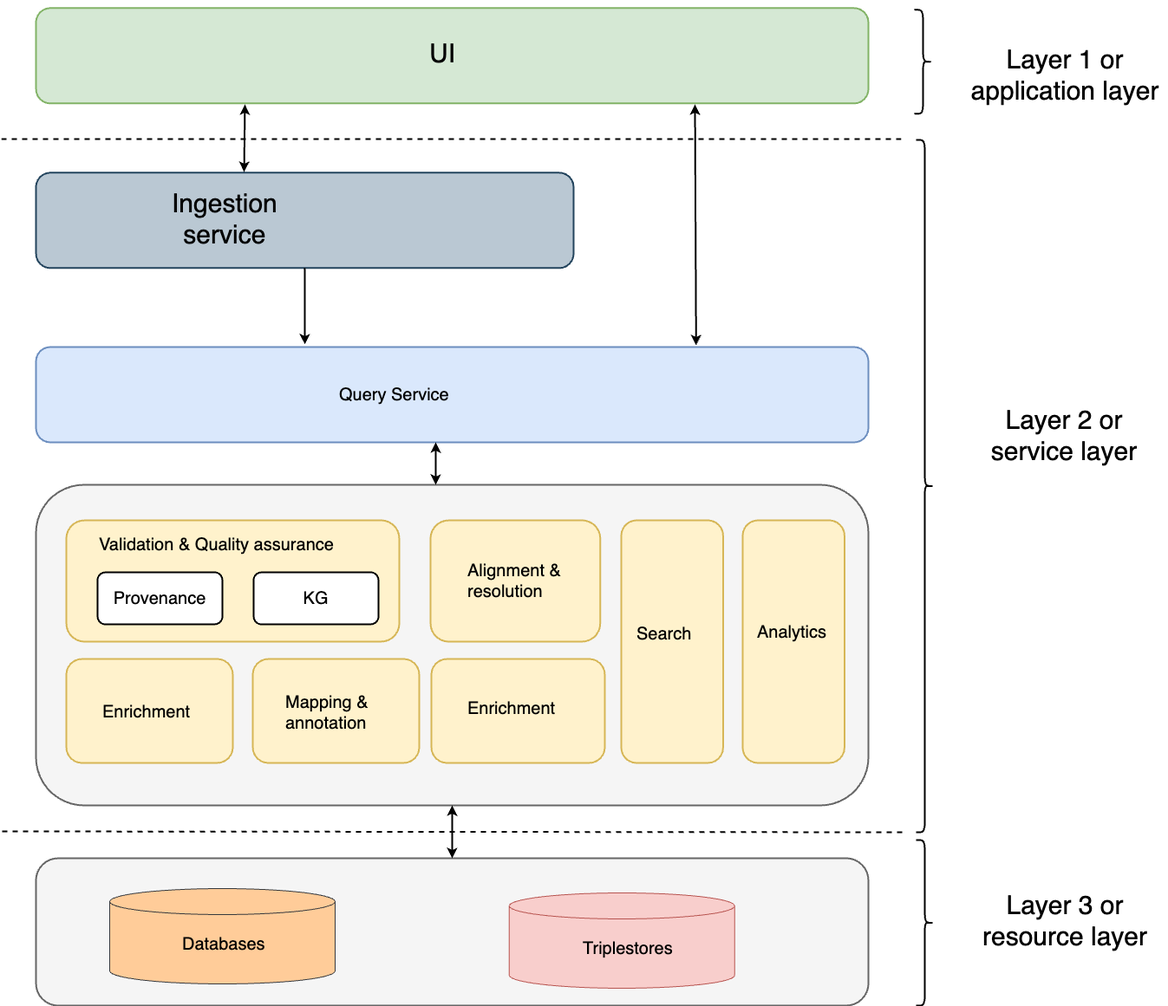
Before: docs/images/brainkb-arch.png, a diagram exported from draw.io (sensein/brainkbdocs). Source tidied: cells renumbered, new cells last; positions are measured from the earlier drawing's top-left corner, leaving out a move shared by most shapes.
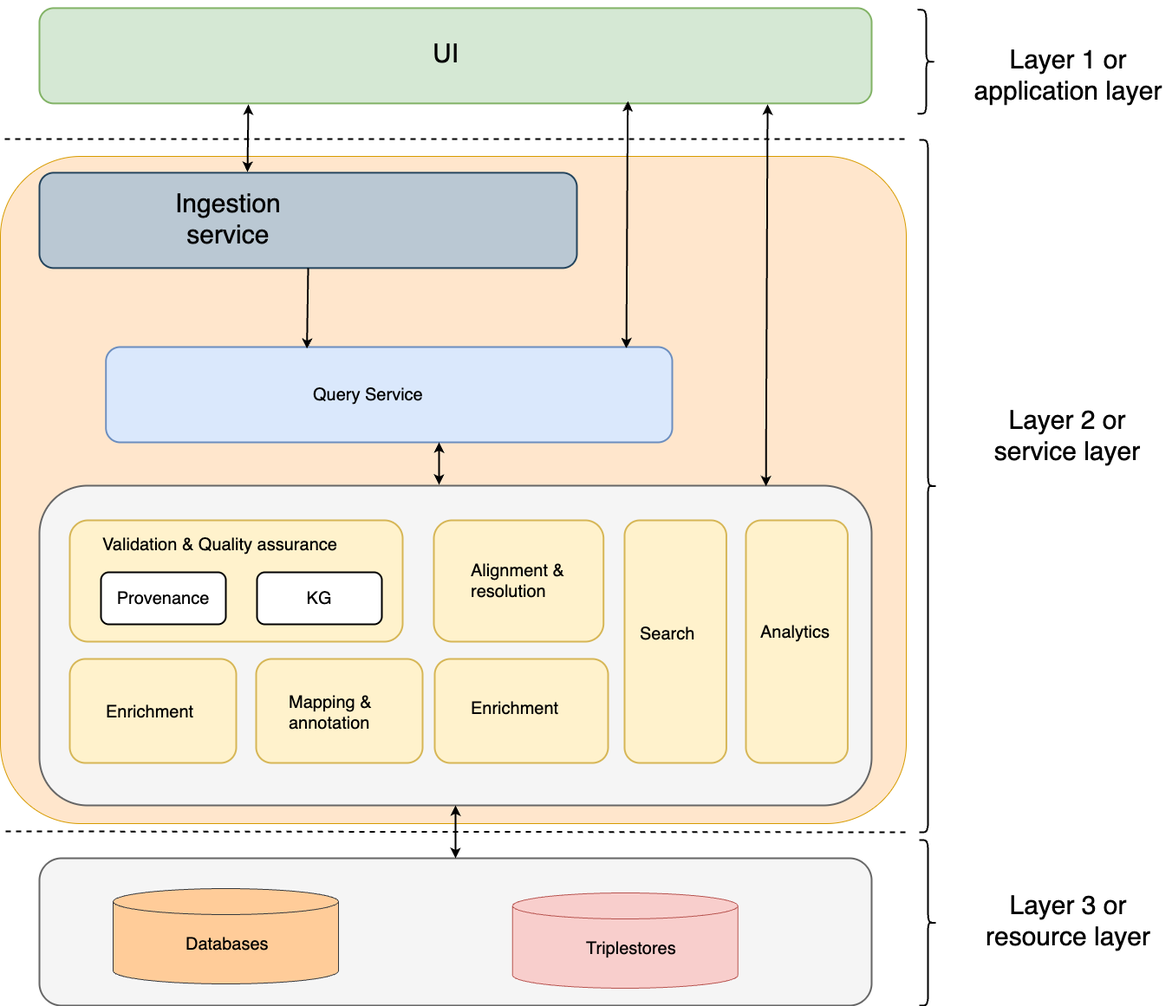
Later version of the same file.

The edit, as a diff of the source:
```diff
@@ -2,17 +2,20 @@
   <root>
     <mxCell id="0" />
     <mxCell id="1" parent="0" />
+    <mxCell id="56" style="rounded=1;whiteSpace=wrap;html=1;arcSize=12;fillColor=#ffe6cc;strokeColor=#d79b00;" parent="1" vertex="1">
+      <mxGeometry x="-5" y="180" width="1045" height="770" as="geometry" />
+    </mxCell>
     <mxCell id="2" style="rounded=1;whiteSpace=wrap;html=1;fillColor=#f5f5f5;fontColor=#333333;strokeColor=#666666;strokeWidth=2;" parent="1" vertex="1">
-      <mxGeometry x="40" y="559" width="960" height="370" as="geometry" />
+      <mxGeometry x="40" y="560" width="960" height="369" as="geometry" />
     </mxCell>
     <mxCell id="3" style="group;" parent="1" vertex="1">
-      <mxGeometry x="280" y="400" width="720" height="110" as="geometry" />
+      <mxGeometry x="280" y="400" width="490" height="110" as="geometry" />
     </mxCell>
     <mxCell id="4" value="&lt;span style=&quot;color: rgba(0, 0, 0, 0); font-family: monospace; font-size: 0px; text-align: start; text-wrap: nowrap;&quot;&gt;%3CmxGraphModel%3E%3Croot%3E%3CmxCell%20id%3D%220%22%2F%3E%3CmxCell%20id%3D%221%22%20parent%3D%220%22%2F%3E%3CmxCell%20id%3D%222%22%20value%3D%22%26lt%3Bdiv%20style%3D%26quot%3Btext-align%3A%20center%3B%26quot%3B%26gt%3B%26lt%3Bspan%20style%3D%26quot%3Bbackground-color%3A%20initial%3B%20font-size%3A%2020px%3B%26quot%3B%26gt%3BIngestion%20Service%26lt%3B%2Fspan%26gt%3B%26lt%3B%2Fdiv%26gt%3B%22%20style%3D%22text%3BwhiteSpace%3Dwrap%3Bhtml%3D1%3BfillColor%3Dnone%3BstrokeColor%3Dnone%3B%22%20vertex%3D%221%22%20parent%3D%221%22%3E%3CmxGeometry%20x%3D%22140%22%20y%3D%22257.14%22%20width%3D%22178%22%20height%3D%2235.71%22%20as%3D%22geometry%22%2F%3E%3C%2FmxCell%3E%3C%2Froot%3E%3C%2FmxGraphModel%3E&lt;/span&gt;" style="rounded=1;whiteSpace=wrap;html=1;strokeWidth=2;fillColor=#dae8fc;strokeColor=#6c8ebf;" parent="3" vertex="1">
-      <mxGeometry x="-240" width="960" height="110" as="geometry" />
+      <mxGeometry x="-163.3" width="653.3" height="110" as="geometry" />
     </mxCell>
     <mxCell id="5" value="&lt;div style=&quot;text-align: center;&quot;&gt;&lt;span style=&quot;background-color: initial; font-size: 20px;&quot;&gt;Query Service&lt;/span&gt;&lt;/div&gt;" style="text;whiteSpace=wrap;html=1;fillColor=none;strokeColor=none;" parent="3" vertex="1">
-      <mxGeometry x="108" y="37.1" width="240" height="35.7" as="geometry" />
+      <mxGeometry x="73.5" y="37.1" width="163.3" height="35.7" as="geometry" />
     </mxCell>
     <mxCell id="6" style="group;" parent="1" vertex="1">
       <mxGeometry x="40" width="960" height="124" as="geometry" />
@@ -23,10 +26,8 @@
     <mxCell id="8" value="&lt;div style=&quot;text-align: center;&quot;&gt;&lt;span style=&quot;background-color: initial;&quot;&gt;&lt;font style=&quot;font-size: 30px;&quot;&gt;UI&lt;/font&gt;&lt;/span&gt;&lt;/div&gt;" style="text;whiteSpace=wrap;html=1;fillColor=none;strokeColor=none;" parent="6" vertex="1">
       <mxGeometry x="452.4" y="37.1" width="87.4" height="35.7" as="geometry" />
     </mxCell>
-    <mxCell id="9" style="endArrow=classic;startArrow=classic;html=1;rounded=0;strokeWidth=2;exitX=0.793;exitY=-0.018;exitDx=0;exitDy=0;exitPerimeter=0;" parent="1" edge="1" source="4">
-      <mxGeometry relative="1" as="geometry">
-        <mxPoint x="800" y="120" as="targetPoint" />
-      </mxGeometry>
+    <mxCell id="9" style="endArrow=classic;startArrow=classic;html=1;rounded=0;strokeWidth=2;exitX=0.919;exitY=0.013;exitDx=0;exitDy=0;exitPerimeter=0;entryX=0.707;entryY=0.976;entryDx=0;entryDy=0;entryPerimeter=0;" parent="1" edge="1" source="4" target="7">
+      <mxGeometry relative="1" as="geometry" />
     </mxCell>
     <mxCell id="10" style="endArrow=classic;startArrow=classic;html=1;rounded=0;strokeWidth=2;exitX=0.368;exitY=-0.027;exitDx=0;exitDy=0;exitPerimeter=0;" parent="1" edge="1">
       <mxGeometry relative="1" as="geometry">
@@ -145,7 +146,7 @@
     <mxCell id="46" style="endArrow=classic;startArrow=classic;html=1;rounded=0;strokeWidth=2;entryX=0.5;entryY=1;entryDx=0;entryDy=0;exitX=0.5;exitY=0;exitDx=0;exitDy=0;" parent="1" edge="1" source="40" target="2">
       <mxGeometry relative="1" as="geometry" />
     </mxCell>
-    <mxCell id="47" style="endArrow=classic;html=1;rounded=0;strokeWidth=2;exitX=0.5;exitY=1;exitDx=0;exitDy=0;entryX=0.323;entryY=-0.027;entryDx=0;entryDy=0;entryPerimeter=0;" parent="1" edge="1" source="12" target="4">
+    <mxCell id="47" style="endArrow=classic;html=1;rounded=0;strokeWidth=2;exitX=0.5;exitY=1;exitDx=0;exitDy=0;entryX=0.355;entryY=0.019;entryDx=0;entryDy=0;entryPerimeter=0;" parent="1" edge="1" source="12" target="4">
       <mxGeometry relative="1" as="geometry" />
     </mxCell>
     <mxCell id="48" style="endArrow=none;dashed=1;html=1;rounded=0;strokeWidth=2;" parent="1" edge="1">
@@ -178,5 +179,8 @@
     <mxCell id="55" style="shape=curlyBracket;whiteSpace=wrap;html=1;rounded=1;flipH=1;labelPosition=right;verticalLabelPosition=middle;align=left;verticalAlign=middle;strokeWidth=2;" parent="1" vertex="1">
       <mxGeometry x="1055" y="969" width="20" height="191" as="geometry" />
     </mxCell>
+    <mxCell id="57" style="endArrow=classic;startArrow=classic;html=1;rounded=0;strokeWidth=2;exitX=0.873;exitY=0.002;exitDx=0;exitDy=0;exitPerimeter=0;entryX=0.875;entryY=1.01;entryDx=0;entryDy=0;entryPerimeter=0;" parent="1" edge="1" source="2" target="7">
+      <mxGeometry relative="1" as="geometry" />
+    </mxCell>
   </root>
 </mxGraphModel>
```
